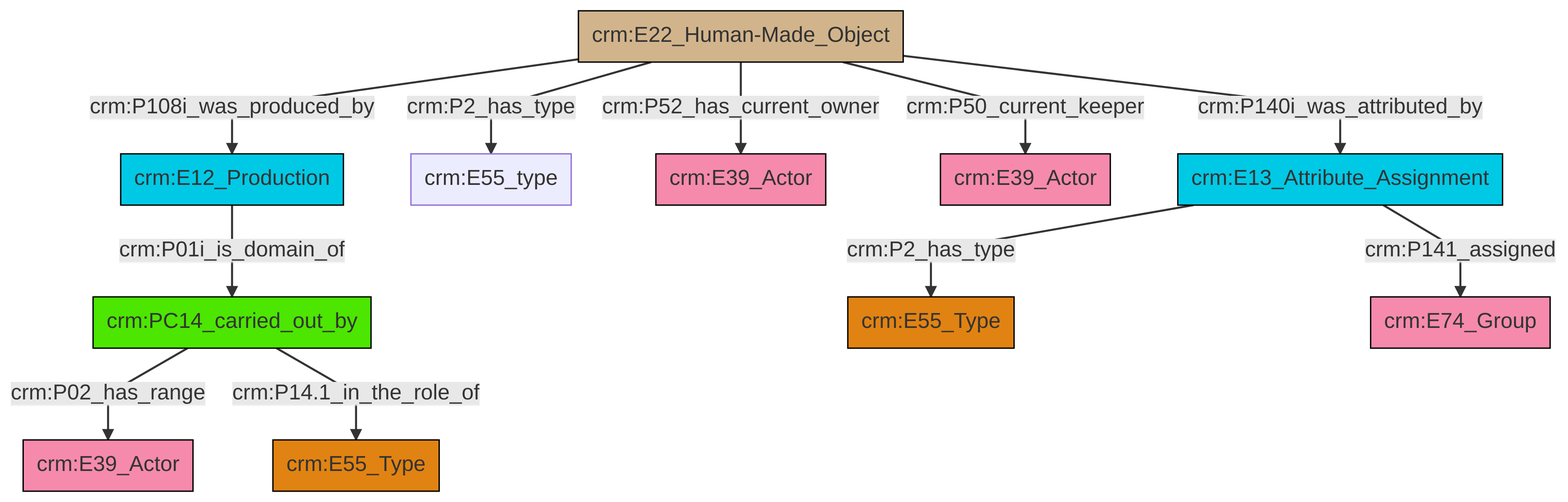
The Mermaid diagram et/artworkCSV/ttl/mmd/png/Artwork_Actor_Relations.png in swiss-art-research-net/docs.swissartresearch, before a commit. Its source is kept beside it as et/artworkCSV/ttl/mmd/Artwork_Actor_Relations.ttl.mmd.
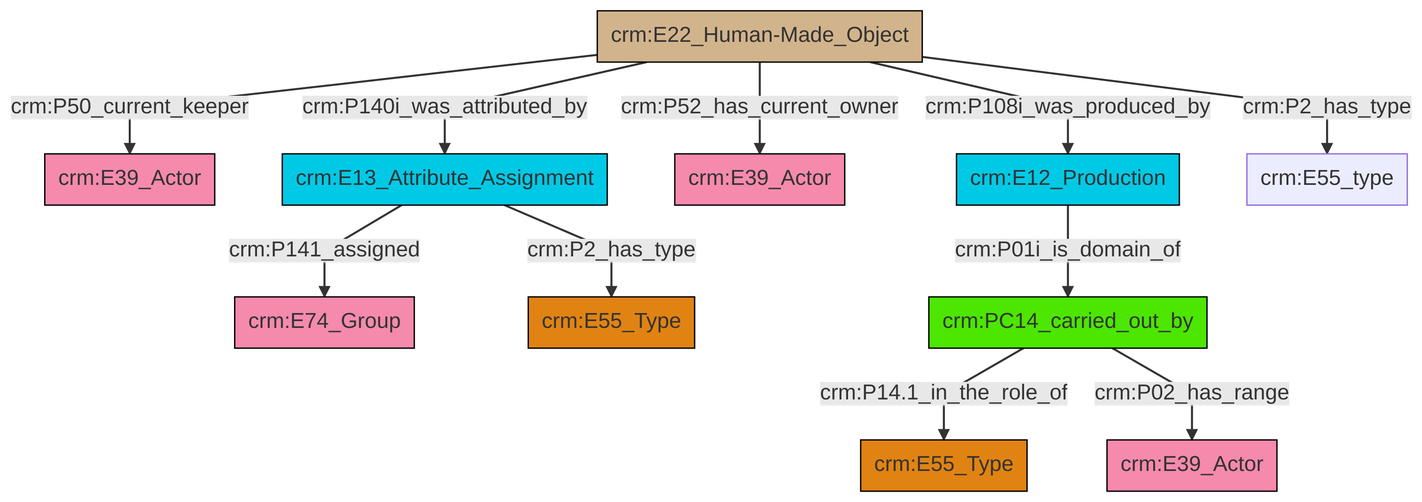
After the change.

What changed in the source:
```diff
@@ -13,13 +13,13 @@
 classDef PC_Classes fill:#4ce600, stroke:#000000;
 classDef Multi fill:#cccccc,stroke:#000000;
 
-0["crm:E12_Production"]:::Temporal_Entity -->|crm:P01i_is_domain_of| 1["crm:PC14_carried_out_by"]:::PC_Classes
-1["crm:PC14_carried_out_by"]:::PC_Classes -->|crm:P02_has_range| 4["crm:E39_Actor"]:::Actor
-6["crm:E22_Human-Made_Object"]:::Physical_Thing -->|crm:P108i_was_produced_by| 0["crm:E12_Production"]:::Temporal_Entity
-1["crm:PC14_carried_out_by"]:::PC_Classes -->|crm:P14.1_in_the_role_of| 19["crm:E55_Type"]:::Type
-6["crm:E22_Human-Made_Object"]:::Physical_Thing -->|crm:P2_has_type| 9["crm:E55_type"]:::Default
-6["crm:E22_Human-Made_Object"]:::Physical_Thing -->|crm:P50_current_keeper| 15["crm:E39_Actor"]:::Actor
-21["crm:E13_Attribute_Assignment"]:::Temporal_Entity -->|crm:P141_assigned| 17["crm:E74_Group"]:::Actor
-21["crm:E13_Attribute_Assignment"]:::Temporal_Entity -->|crm:P2_has_type| 2["crm:E55_Type"]:::Type
-6["crm:E22_Human-Made_Object"]:::Physical_Thing -->|crm:P140i_was_attributed_by| 21["crm:E13_Attribute_Assignment"]:::Temporal_Entity
-6["crm:E22_Human-Made_Object"]:::Physical_Thing -->|crm:P52_has_current_owner| 11["crm:E39_Actor"]:::Actor
+0["crm:E22_Human-Made_Object"]:::Physical_Thing -->|crm:P50_current_keeper| 1["crm:E39_Actor"]:::Actor
+7["crm:E13_Attribute_Assignment"]:::Temporal_Entity -->|crm:P141_assigned| 8["crm:E74_Group"]:::Actor
+0["crm:E22_Human-Made_Object"]:::Physical_Thing -->|crm:P140i_was_attributed_by| 7["crm:E13_Attribute_Assignment"]:::Temporal_Entity
+0["crm:E22_Human-Made_Object"]:::Physical_Thing -->|crm:P52_has_current_owner| 10["crm:E39_Actor"]:::Actor
+11["crm:PC14_carried_out_by"]:::PC_Classes -->|crm:P14.1_in_the_role_of| 5["crm:E55_Type"]:::Type
+0["crm:E22_Human-Made_Object"]:::Physical_Thing -->|crm:P108i_was_produced_by| 15["crm:E12_Production"]:::Temporal_Entity
+15["crm:E12_Production"]:::Temporal_Entity -->|crm:P01i_is_domain_of| 11["crm:PC14_carried_out_by"]:::PC_Classes
+11["crm:PC14_carried_out_by"]:::PC_Classes -->|crm:P02_has_range| 2["crm:E39_Actor"]:::Actor
+0["crm:E22_Human-Made_Object"]:::Physical_Thing -->|crm:P2_has_type| 16["crm:E55_type"]:::Default
+7["crm:E13_Attribute_Assignment"]:::Temporal_Entity -->|crm:P2_has_type| 12["crm:E55_Type"]:::Type
```
